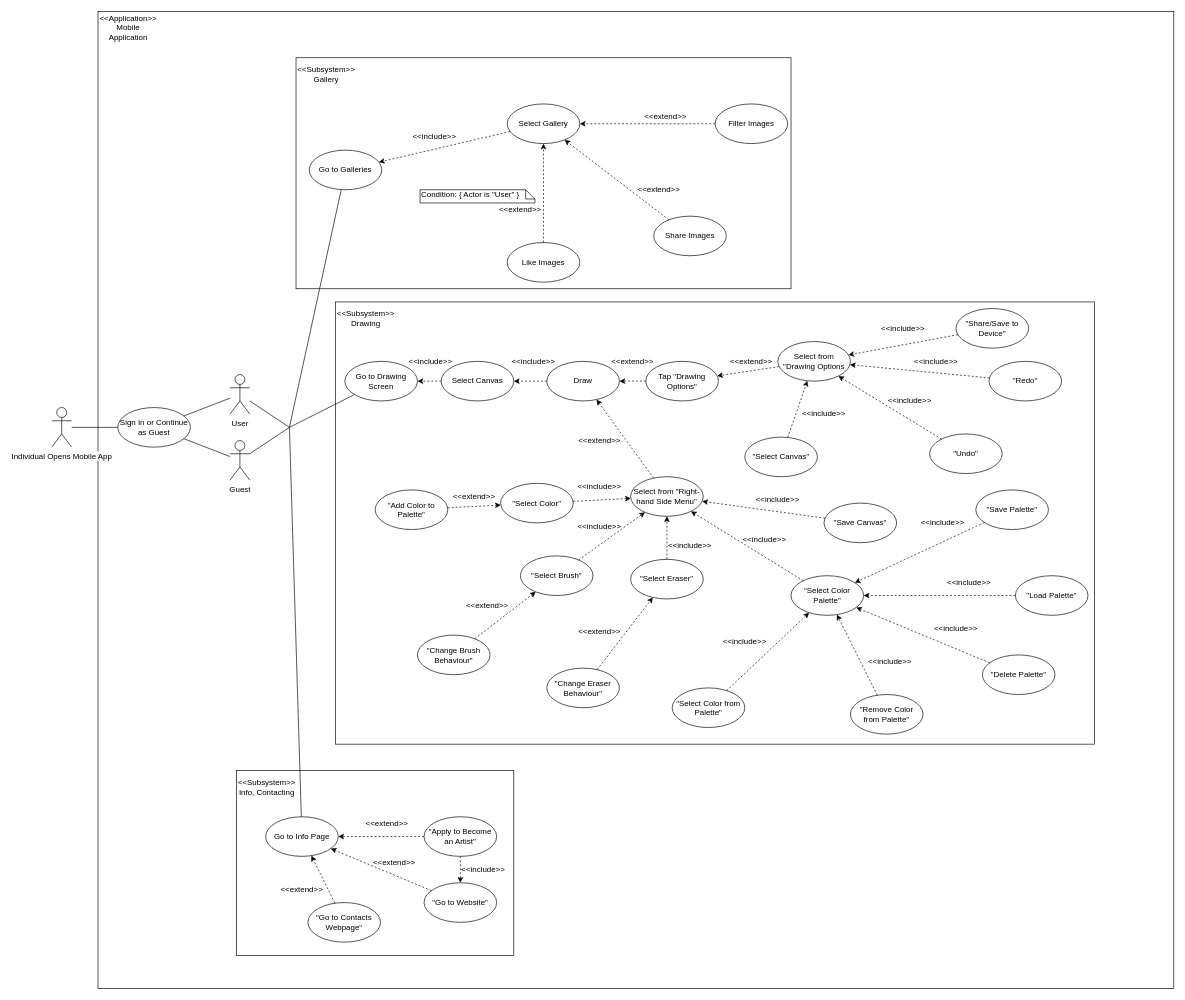
Earlier version of the draw.io diagram Documents/MobileAppUseCases.drawio (csinn/Painted-Prosthetics). Source tidied: cells renumbered, new cells numbered last; positions are measured from the earlier drawing's top-left corner, leaving out a move shared by most shapes. Both pictures are drawn from the tidied source at 66%, with x=0, y=0 at pixel (51, 11).
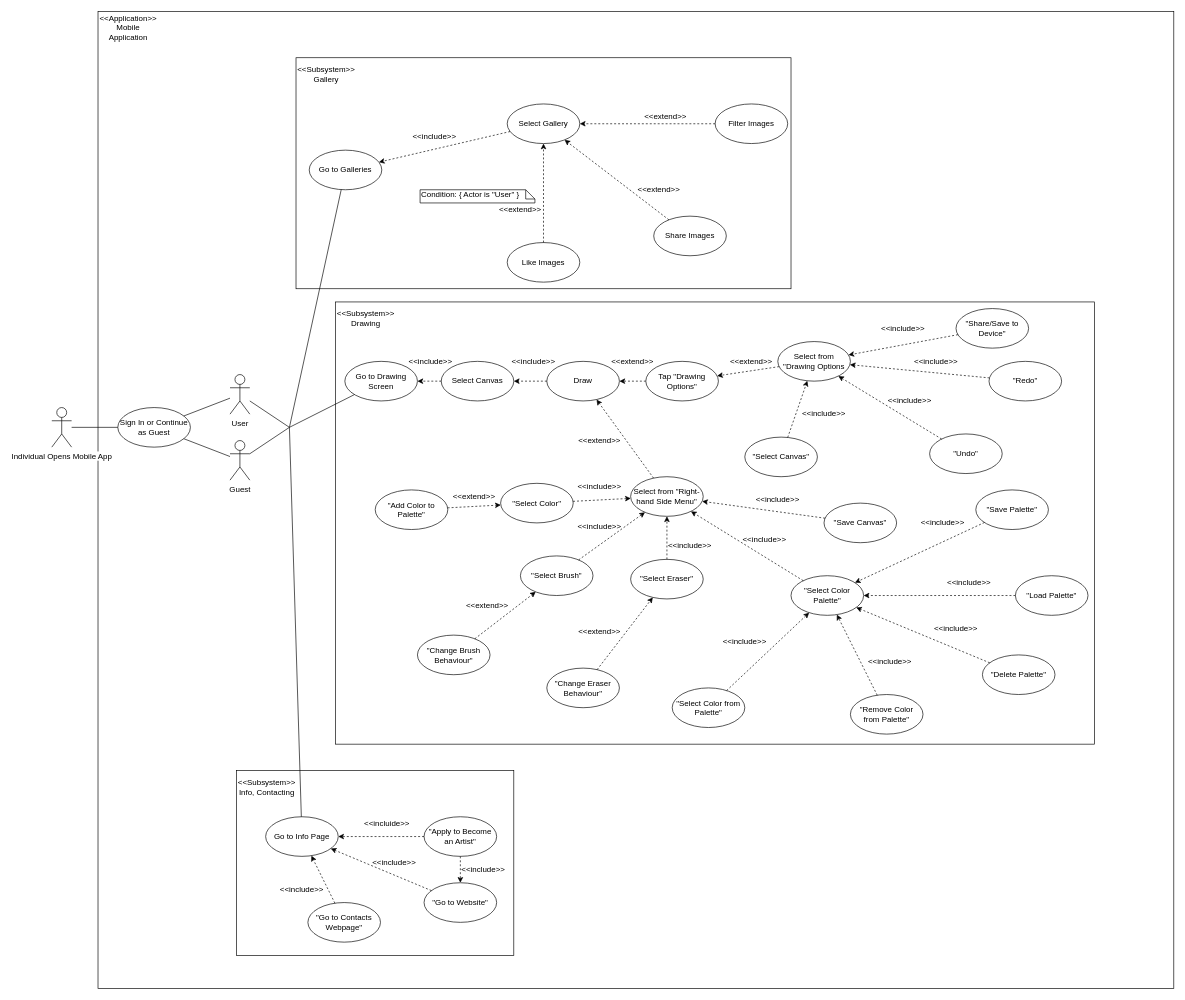
The same page after the edit.

Commit message (it also covers changes not shown here):
Slight changes to the use case diagram.

What changed in the source:
```diff
@@
-    <mxCell id="102" value="&amp;lt;&amp;lt;extend&amp;gt;&amp;gt;" style="text;html=1;strokeColor=none;fillColor=none;align=center;verticalAlign=middle;whiteSpace=wrap;rounded=0;" parent="1" vertex="1">
+    <mxCell id="102" value="&amp;lt;&amp;lt;incluide&amp;gt;&amp;gt;" style="text;html=1;strokeColor=none;fillColor=none;align=center;verticalAlign=middle;whiteSpace=wrap;rounded=0;" parent="1" vertex="1">
       <mxGeometry x="488" y="1220" width="40" height="20" as="geometry" />
     </mxCell>
-    <mxCell id="103" value="&amp;lt;&amp;lt;extend&amp;gt;&amp;gt;" style="text;html=1;strokeColor=none;fillColor=none;align=center;verticalAlign=middle;whiteSpace=wrap;rounded=0;" parent="1" vertex="1">
+    <mxCell id="103" value="&amp;lt;&amp;lt;include&amp;gt;&amp;gt;" style="text;html=1;strokeColor=none;fillColor=none;align=center;verticalAlign=middle;whiteSpace=wrap;rounded=0;" parent="1" vertex="1">
       <mxGeometry x="359" y="1320" width="40" height="20" as="geometry" />
     </mxCell>
-    <mxCell id="104" value="&amp;lt;&amp;lt;extend&amp;gt;&amp;gt;" style="text;html=1;strokeColor=none;fillColor=none;align=center;verticalAlign=middle;whiteSpace=wrap;rounded=0;" parent="1" vertex="1">
+    <mxCell id="104" value="&amp;lt;&amp;lt;include&amp;gt;&amp;gt;" style="text;html=1;strokeColor=none;fillColor=none;align=center;verticalAlign=middle;whiteSpace=wrap;rounded=0;" parent="1" vertex="1">
       <mxGeometry x="499" y="1280" width="40" height="20" as="geometry" />
     </mxCell>
```
